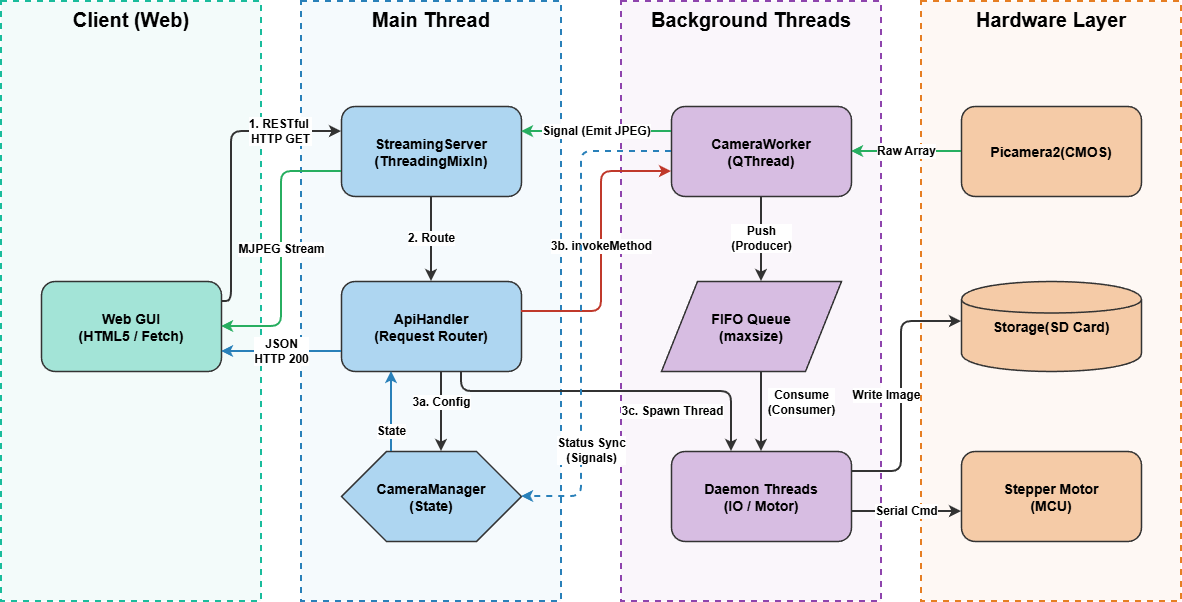
Above: Thesis_Proposal/figures/ch3/microscope_software_architecture.drawio.png in bit-del/thesis (draw.io), before the change. Source tidied: cells renumbered, new cells last; positions are measured from the earlier drawing's top-left corner, leaving out a move shared by most shapes.
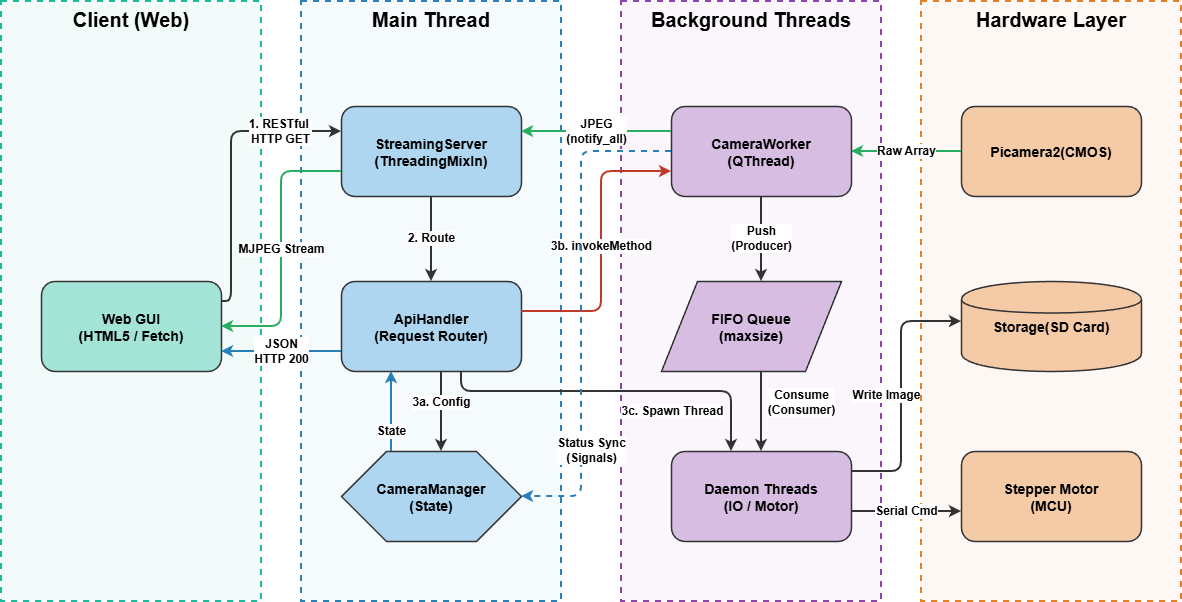
After the commit.

Diff of the diagram source:
```diff
@@ -114,7 +114,7 @@
     <mxCell id="25" value="&lt;font style=&quot;font-size: 12px;&quot;&gt;Raw Array&lt;/font&gt;" style="edgeStyle=orthogonalEdgeStyle;strokeColor=#27ae60;html=1;fontSize=9;fontStyle=1;strokeWidth=2;" parent="1" edge="1" source="13" target="10">
       <mxGeometry relative="1" as="geometry" />
     </mxCell>
-    <mxCell id="26" value="&lt;font style=&quot;font-size: 12px;&quot;&gt;Signal (Emit JPEG)&lt;/font&gt;" style="edgeStyle=orthogonalEdgeStyle;strokeColor=#27ae60;html=1;fontSize=9;fontStyle=1;strokeWidth=2;" parent="1" edge="1" source="10" target="7">
+    <mxCell id="26" value="&lt;font style=&quot;font-size: 12px;&quot;&gt;JPEG&lt;br&gt;(notify_all)&lt;/font&gt;" style="edgeStyle=orthogonalEdgeStyle;strokeColor=#27ae60;html=1;fontSize=9;fontStyle=1;strokeWidth=2;" parent="1" edge="1" source="10" target="7">
       <mxGeometry relative="1" as="geometry">
         <Array as="points">
           <mxPoint x="530" y="130" />
```
